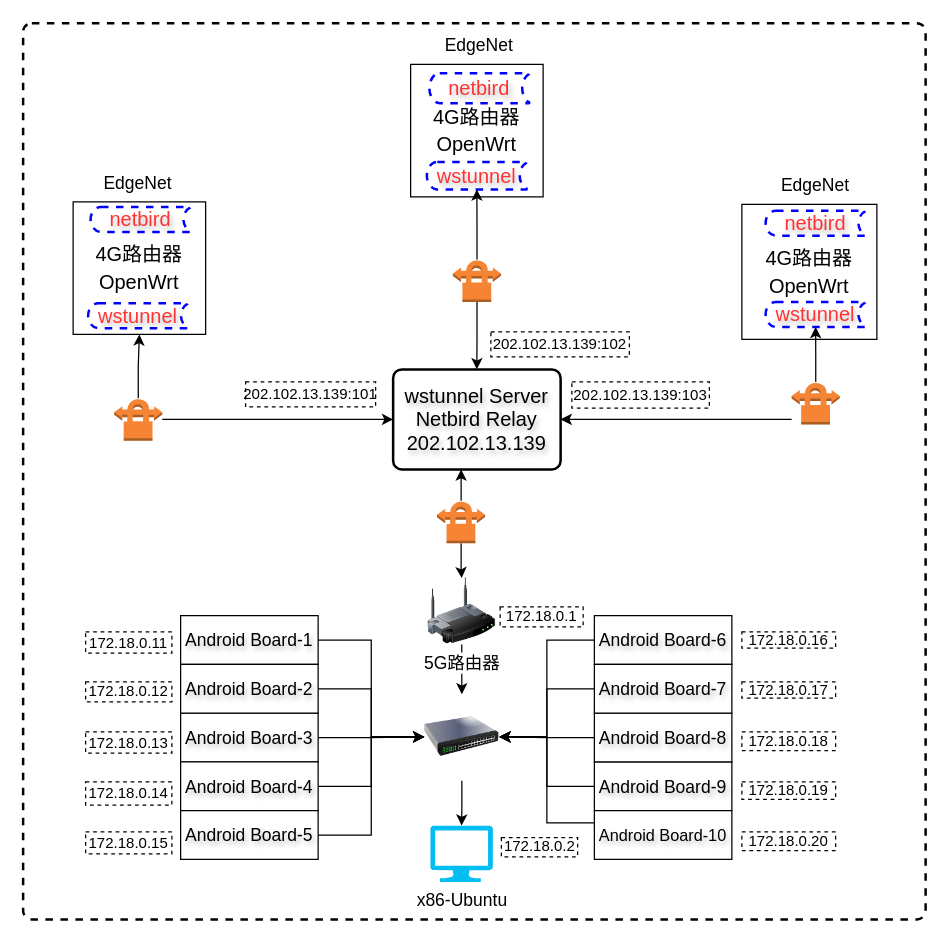
Above: sockstun.drawio in nxtreaming/andy_study (draw.io), before the change. Source tidied: cells renumbered, new cells numbered last; positions are measured from the earlier drawing's top-left corner, leaving out a move shared by most shapes. Both pictures are drawn from the tidied source at 125%, with x=0, y=0 at pixel (22, 22).
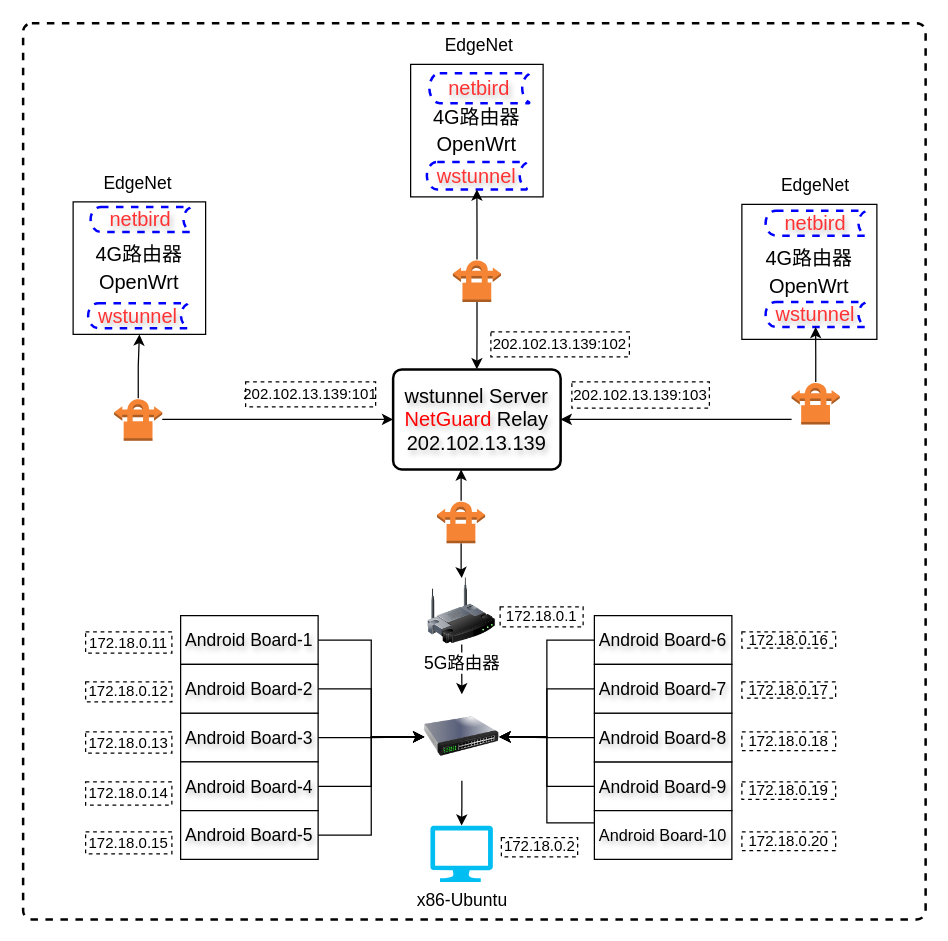
After the change.

What changed in the source:
```diff
@@
-    <mxCell id="9" value="&lt;font style=&quot;font-size: 16px;&quot;&gt;wstunnel Server&lt;/font&gt;&lt;div style=&quot;font-size: 16px;&quot;&gt;&lt;font style=&quot;font-size: 16px;&quot;&gt;&lt;font style=&quot;font-size: 16px;&quot;&gt;Netbird Relay&lt;br&gt;202.102.13.139&lt;/font&gt;&lt;br&gt;&lt;/font&gt;&lt;/div&gt;" style="rounded=1;whiteSpace=wrap;html=1;absoluteArcSize=1;arcSize=14;strokeWidth=2;textShadow=1;" parent="1" vertex="1">
+    <mxCell id="9" value="&lt;font style=&quot;font-size: 16px;&quot;&gt;wstunnel Server&lt;/font&gt;&lt;div style=&quot;font-size: 16px;&quot;&gt;&lt;font style=&quot;font-size: 16px;&quot;&gt;&lt;font style=&quot;font-size: 16px;&quot;&gt;&lt;font color=&quot;#ff0000&quot;&gt;NetGuard &lt;/font&gt;Relay&lt;br&gt;202.102.13.139&lt;/font&gt;&lt;br&gt;&lt;/font&gt;&lt;/div&gt;" style="rounded=1;whiteSpace=wrap;html=1;absoluteArcSize=1;arcSize=14;strokeWidth=2;textShadow=1;" parent="1" vertex="1">
       <mxGeometry x="296" y="277" width="134" height="80" as="geometry" />
     </mxCell>
```
